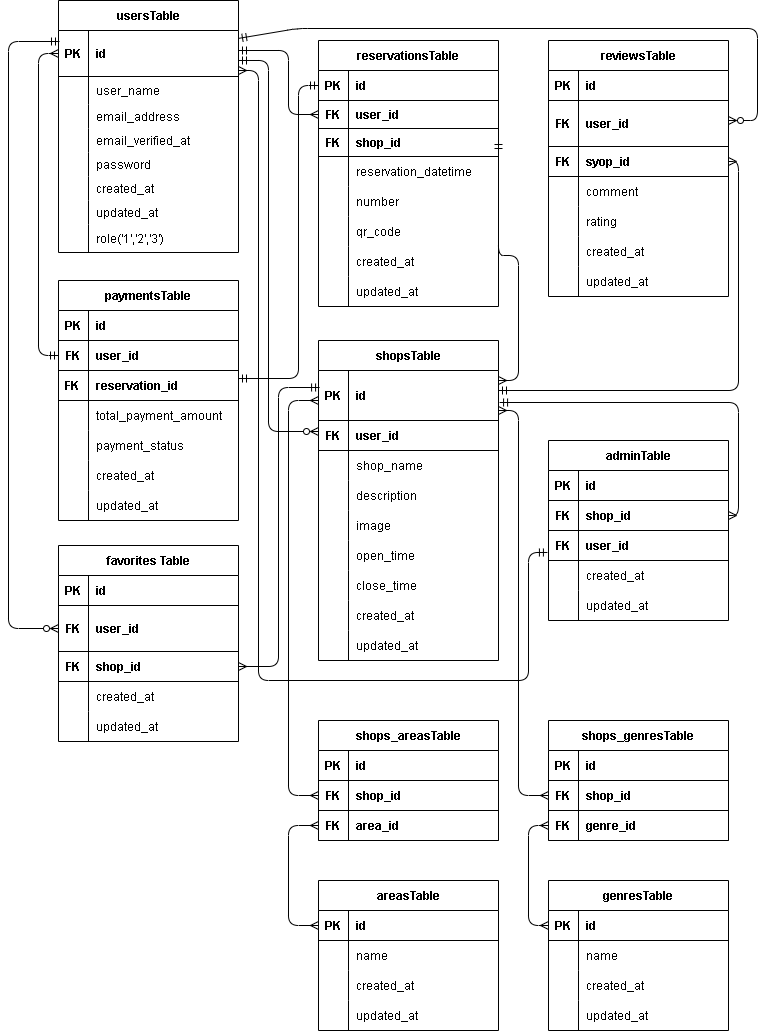
This is src/rese.drawio.png from ponponmama/2024-07-13, a draw.io export, as it was before one commit. Source tidied: cells renumbered, new cells last; positions are measured from the earlier drawing's top-left corner, leaving out a move shared by most shapes.
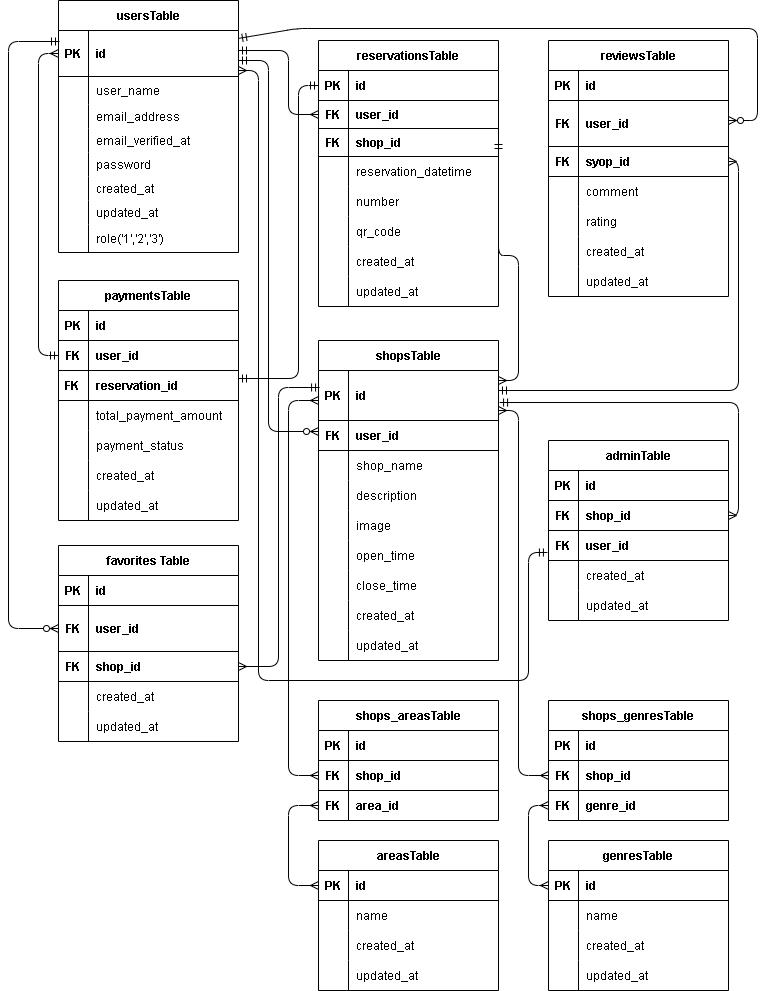
Above is the later version.

Diff of the diagram source:
```diff
@@ -566,7 +566,7 @@
       </mxGeometry>
     </mxCell>
     <mxCell id="167" value="areasTable" style="shape=table;startSize=30;rowLines=0;fontStyle=1;align=center;strokeColor=#000000;strokeWidth=1;fontColor=#000000;fillColor=none;" parent="1" vertex="1">
-      <mxGeometry x="310" y="880" width="180" height="150" as="geometry" />
+      <mxGeometry x="310" y="840" width="180" height="150" as="geometry" />
     </mxCell>
     <mxCell id="168" style="shape=tableRow;horizontal=0;startSize=0;swimlaneHead=0;swimlaneBody=0;fillColor=none;points=[[0,0.5],[1,0.5]];portConstraint=eastwest;top=0;left=0;right=0;bottom=1;strokeColor=#000000;strokeWidth=1;fontColor=#000000;" parent="167" vertex="1">
       <mxGeometry y="30" width="180" height="30" as="geometry" />
@@ -605,7 +605,7 @@
       <mxGeometry x="30" width="150" height="30" as="geometry" />
     </mxCell>
     <mxCell id="180" value="genresTable" style="shape=table;startSize=30;rowLines=0;fontStyle=1;align=center;strokeColor=#000000;strokeWidth=1;fontColor=#000000;fillColor=none;" parent="1" vertex="1">
-      <mxGeometry x="540" y="880" width="180" height="150" as="geometry" />
+      <mxGeometry x="540" y="840" width="180" height="150" as="geometry" />
     </mxCell>
     <mxCell id="181" style="shape=tableRow;horizontal=0;startSize=0;swimlaneHead=0;swimlaneBody=0;fillColor=none;points=[[0,0.5],[1,0.5]];portConstraint=eastwest;top=0;left=0;right=0;bottom=1;strokeColor=#000000;strokeWidth=1;fontColor=#000000;" parent="180" vertex="1">
       <mxGeometry y="30" width="180" height="30" as="geometry" />
@@ -644,7 +644,7 @@
       <mxGeometry x="30" width="150" height="30" as="geometry" />
     </mxCell>
     <mxCell id="193" value="shops_areasTable" style="shape=table;startSize=30;rowLines=0;fontStyle=1;align=center;strokeColor=#000000;strokeWidth=1;fontColor=#000000;fillColor=none;" parent="1" vertex="1">
-      <mxGeometry x="310" y="720" width="180" height="120" as="geometry" />
+      <mxGeometry x="310" y="700" width="180" height="120" as="geometry" />
     </mxCell>
     <mxCell id="194" style="shape=tableRow;horizontal=0;startSize=0;swimlaneHead=0;swimlaneBody=0;fillColor=none;top=0;left=0;right=0;bottom=1;strokeColor=#000000;strokeWidth=1;fontColor=#000000;" parent="193" vertex="1">
       <mxGeometry y="30" width="180" height="30" as="geometry" />
@@ -674,7 +674,7 @@
       <mxGeometry x="30" width="150" height="30" as="geometry" />
     </mxCell>
     <mxCell id="203" value="shops_genresTable" style="shape=table;startSize=30;rowLines=0;fontStyle=1;align=center;strokeColor=#000000;strokeWidth=1;fontColor=#000000;fillColor=none;" parent="1" vertex="1">
-      <mxGeometry x="540" y="720" width="180" height="120" as="geometry" />
+      <mxGeometry x="540" y="700" width="180" height="120" as="geometry" />
     </mxCell>
     <mxCell id="204" style="shape=tableRow;horizontal=0;startSize=0;swimlaneHead=0;swimlaneBody=0;fillColor=none;top=0;left=0;right=0;bottom=1;strokeColor=#000000;strokeWidth=1;fontColor=#000000;" parent="203" vertex="1">
       <mxGeometry y="30" width="180" height="30" as="geometry" />
@@ -713,9 +713,8 @@
         </Array>
       </mxGeometry>
     </mxCell>
-    <mxCell id="214" style="edgeStyle=elbowEdgeStyle;html=1;strokeColor=#000000;startArrow=ERmany;startFill=0;endArrow=ERmany;endFill=0;entryX=0;entryY=0.5;entryDx=0;entryDy=0;" parent="1" edge="1" target="168">
+    <mxCell id="214" style="edgeStyle=elbowEdgeStyle;html=1;strokeColor=#000000;startArrow=ERmany;startFill=0;endArrow=ERmany;endFill=0;entryX=0;entryY=0.5;entryDx=0;entryDy=0;exitX=0;exitY=0.5;exitDx=0;exitDy=0;" parent="1" edge="1" source="200" target="168">
       <mxGeometry relative="1" as="geometry">
-        <mxPoint x="310" y="825" as="sourcePoint" />
         <Array as="points">
           <mxPoint x="280" y="860" />
           <mxPoint x="260" y="880" />
```
